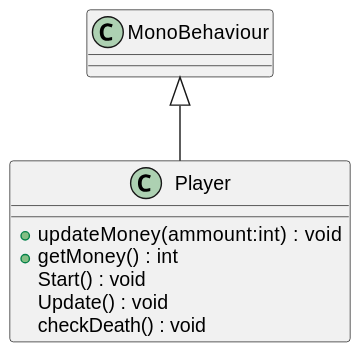
Earlier version of the PlantUML export UML/TempleRun/Assets/Scripts/Player.svg (mariapreda19/ProiectMDS).
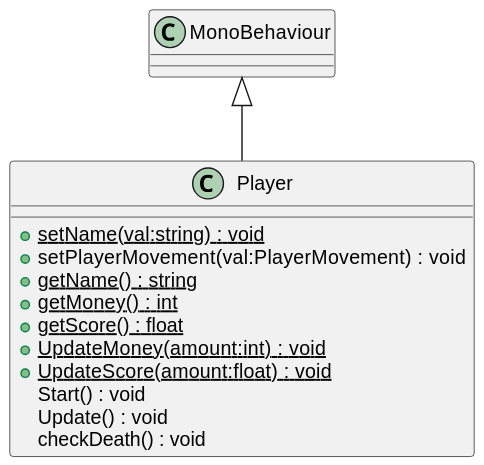
Above is the later version.

Change to the diagram source:
```diff
@@ -1,7 +1,12 @@
 @startuml
 class Player {
-    + updateMoney(ammount:int) : void
-    + getMoney() : int
+    + {static} setName(val:string) : void
+    + setPlayerMovement(val:PlayerMovement) : void
+    + {static} getName() : string
+    + {static} getMoney() : int
+    + {static} getScore() : float
+    + {static} UpdateMoney(amount:int) : void
+    + {static} UpdateScore(amount:float) : void
     Start() : void
     Update() : void
     checkDeath() : void
```
